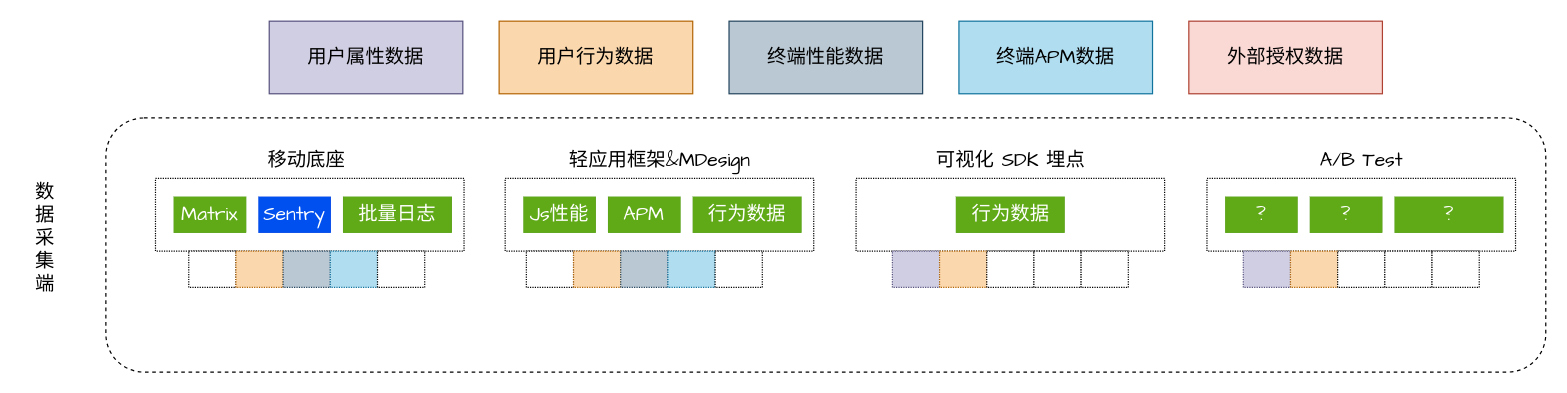
The draw.io diagram arch.drawio in ming3000/midea, before the edit. Source tidied: cells renumbered, new cells numbered last; positions are measured from the earlier drawing's top-left corner, leaving out a move shared by most shapes. Both pictures are drawn from the tidied source at 121%, with x=0, y=0 at pixel (21, 21).
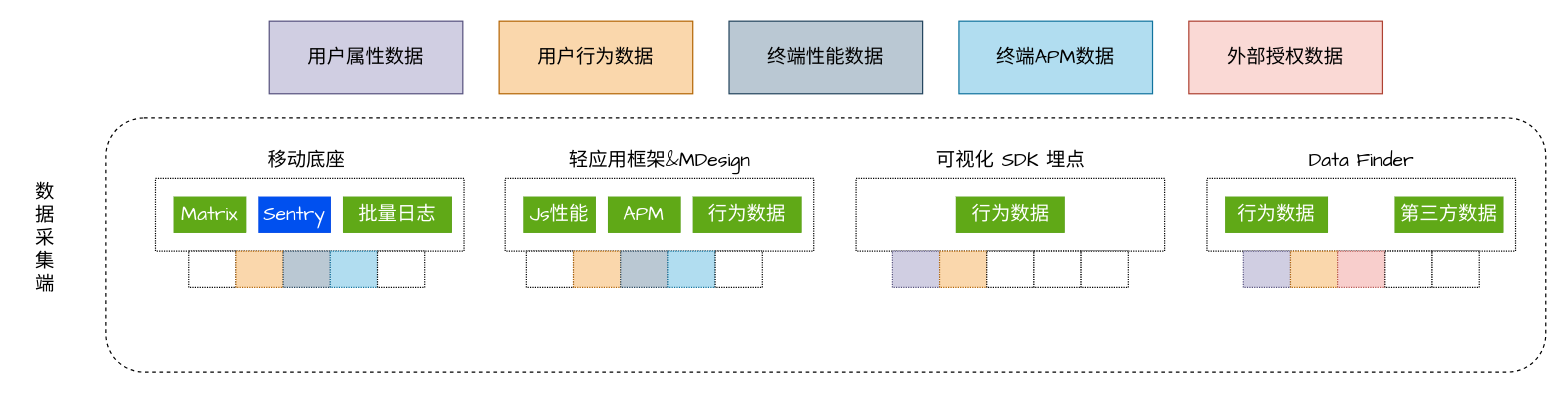
The same page after the edit.

Diff of the diagram source:
```diff
@@
-    <mxCell id="21" value="A/B Test" style="rounded=0;whiteSpace=wrap;html=1;dashed=1;fontSize=16;strokeWidth=0;fontFamily=Comic Sans MS;strokeColor=none;" parent="1" vertex="1">
+    <mxCell id="21" value="Data Finder" style="rounded=0;whiteSpace=wrap;html=1;dashed=1;fontSize=16;strokeWidth=0;fontFamily=Comic Sans MS;strokeColor=none;" parent="1" vertex="1">
       <mxGeometry x="1012.5" y="100" width="190" height="30" as="geometry" />
     </mxCell>
@@
-    <mxCell id="23" value="?" style="rounded=0;whiteSpace=wrap;html=1;dashed=1;fontSize=16;strokeWidth=0;fontFamily=Comic Sans MS;fillColor=#60a917;fontColor=#ffffff;strokeColor=#2D7600;" parent="1" vertex="1">
-      <mxGeometry x="995" y="145" width="60" height="30" as="geometry" />
+    <mxCell id="23" value="行为数据" style="rounded=0;whiteSpace=wrap;html=1;dashed=1;fontSize=16;strokeWidth=0;fontFamily=Comic Sans MS;fillColor=#60a917;fontColor=#ffffff;strokeColor=#2D7600;" parent="1" vertex="1">
+      <mxGeometry x="995" y="145" width="85" height="30" as="geometry" />
     </mxCell>
-    <mxCell id="24" value="?" style="rounded=0;whiteSpace=wrap;html=1;dashed=1;fontSize=16;strokeWidth=0;fontFamily=Comic Sans MS;fillColor=#60a917;fontColor=#ffffff;strokeColor=#2D7600;" parent="1" vertex="1">
-      <mxGeometry x="1065" y="145" width="60" height="30" as="geometry" />
-    </mxCell>
-    <mxCell id="25" value="?" style="rounded=0;whiteSpace=wrap;html=1;dashed=1;fontSize=16;strokeWidth=0;fontFamily=Comic Sans MS;fillColor=#60a917;fontColor=#ffffff;strokeColor=#2D7600;" parent="1" vertex="1">
+    <mxCell id="25" value="第三方数据" style="rounded=0;whiteSpace=wrap;html=1;dashed=1;fontSize=16;strokeWidth=0;fontFamily=Comic Sans MS;fillColor=#60a917;fontColor=#ffffff;strokeColor=#2D7600;" parent="1" vertex="1">
       <mxGeometry x="1135" y="145" width="90" height="30" as="geometry" />
     </mxCell>
@@
-    <mxCell id="44" style="rounded=0;whiteSpace=wrap;html=1;dashed=1;dashPattern=1 1;fontFamily=Comic Sans MS;fontSize=16;strokeWidth=1;" parent="1" vertex="1">
+    <mxCell id="44" style="rounded=0;whiteSpace=wrap;html=1;dashed=1;dashPattern=1 1;fontFamily=Comic Sans MS;fontSize=16;strokeWidth=1;fillColor=#f8cecc;strokeColor=#b85450;" parent="1" vertex="1">
       <mxGeometry x="1088" y="190" width="39" height="30" as="geometry" />
     </mxCell>
```
